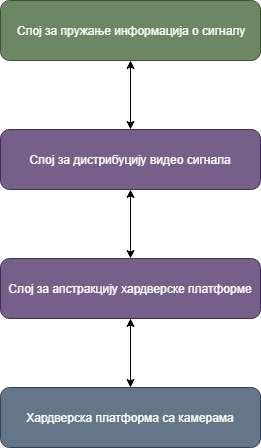
Above: res/sw-arch-camera-service.png in rondor1/msc (draw.io), before the change. Source tidied: cells renumbered, new cells last; positions are measured from the earlier drawing's top-left corner, leaving out a move shared by most shapes.
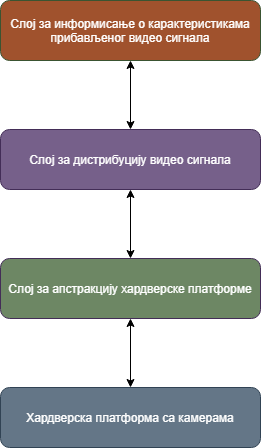
The same file after the commit.

The edit, as a diff of the source:
```diff
@@ -2,13 +2,13 @@
   <root>
     <mxCell id="0" />
     <mxCell id="1" parent="0" />
-    <mxCell id="2" value="Слој за пружање информација о сигналу" style="rounded=1;whiteSpace=wrap;html=1;fillColor=#6d8764;strokeColor=#3A5431;fontColor=#ffffff;" parent="1" vertex="1">
+    <mxCell id="2" value="Слој за информисање о карактеристикама прибављеног видео сигнала" style="rounded=1;whiteSpace=wrap;html=1;fillColor=#A0522D;strokeColor=#3A5431;fontColor=#ffffff;" parent="1" vertex="1">
       <mxGeometry width="260" height="60" as="geometry" />
     </mxCell>
     <mxCell id="3" value="Слој за дистрибуцију видео сигнала" style="rounded=1;whiteSpace=wrap;html=1;fillColor=#76608a;strokeColor=#432D57;fontColor=#ffffff;" parent="1" vertex="1">
       <mxGeometry y="129" width="260" height="60" as="geometry" />
     </mxCell>
-    <mxCell id="4" value="Слој за апстракцију хардверске платформе" style="rounded=1;whiteSpace=wrap;html=1;fillColor=#76608a;strokeColor=#432D57;fontColor=#ffffff;" parent="1" vertex="1">
+    <mxCell id="4" value="Слој за апстракцију хардверске платформе" style="rounded=1;whiteSpace=wrap;html=1;fillColor=#6D8764;strokeColor=#432D57;fontColor=#ffffff;" parent="1" vertex="1">
       <mxGeometry y="258" width="260" height="60" as="geometry" />
     </mxCell>
     <mxCell id="5" style="endArrow=classic;startArrow=classic;html=1;entryX=0.5;entryY=1;entryDx=0;entryDy=0;exitX=0.5;exitY=0;exitDx=0;exitDy=0;" parent="1" edge="1" source="4" target="3">
```
